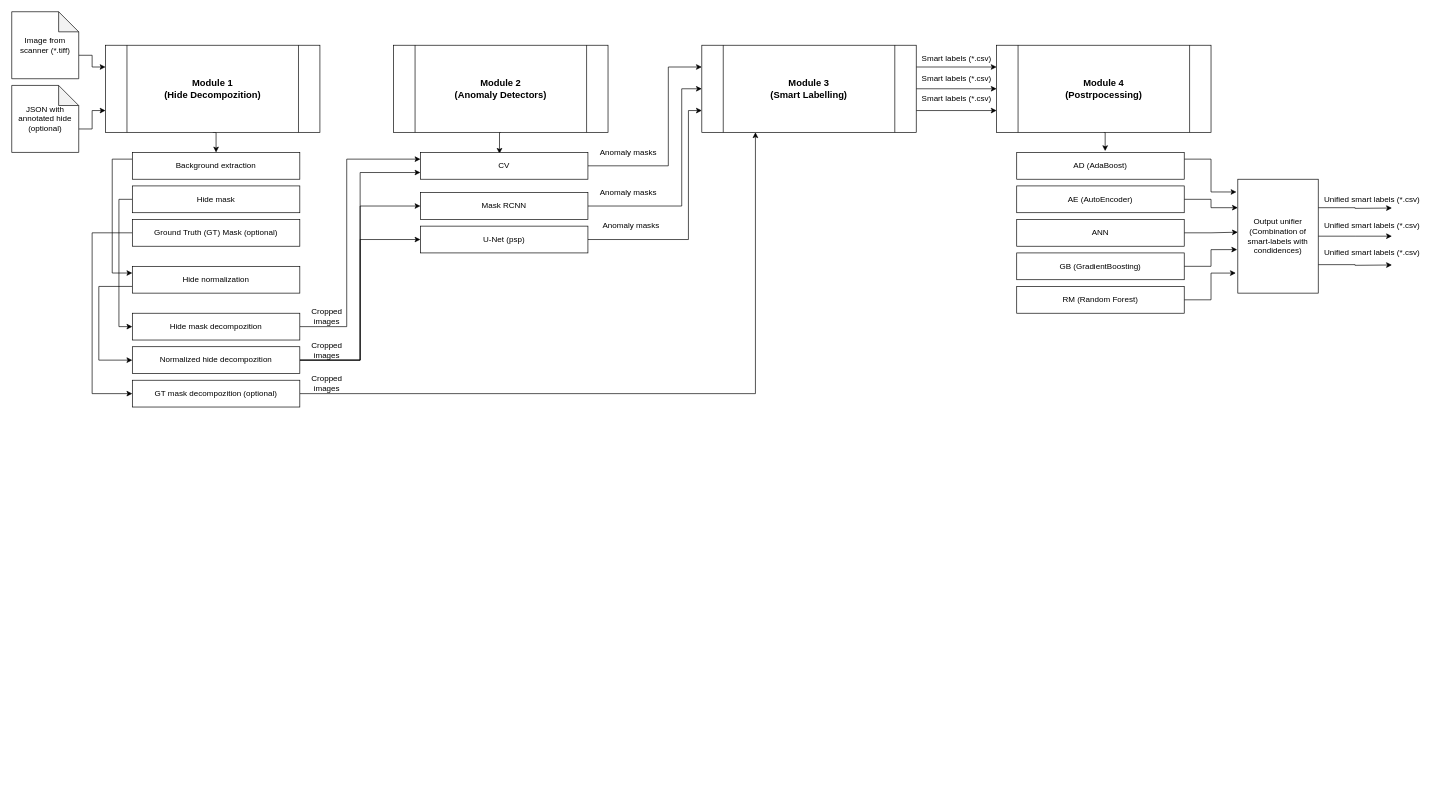
Above: new_pipeline.drawio in Mike335207/work (draw.io), before the change. Source tidied: cells renumbered, new cells numbered last; positions are measured from the earlier drawing's top-left corner, leaving out a move shared by most shapes. Both pictures are drawn from the tidied source at 67%, with x=0, y=0 at pixel (11, 11).
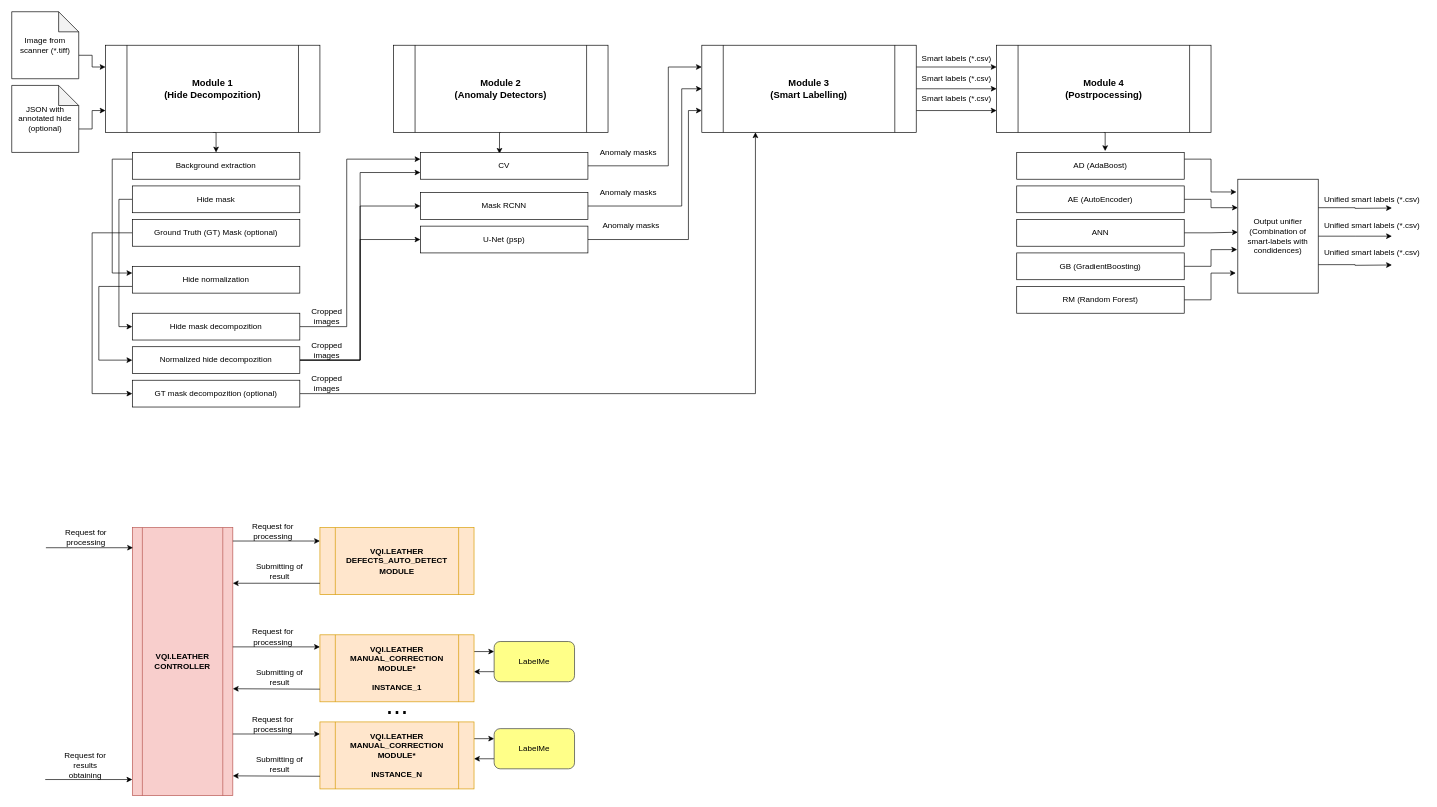
The same page after the edit.

Change to the diagram source:
```diff
@@
+    <mxCell id="64" value="&lt;b&gt;VQI.LEATHER CONTROLLER&lt;/b&gt;" style="shape=process;whiteSpace=wrap;html=1;backgroundOutline=1;fillColor=#f8cecc;strokeColor=#b85450;" parent="1" vertex="1">
+      <mxGeometry x="180" y="770" width="150" height="400" as="geometry" />
+    </mxCell>
+    <mxCell id="65" value="&lt;b&gt;VQI.LEATHER DEFECTS_AUTO_DETECT&lt;br&gt;MODULE&lt;br&gt;&lt;/b&gt;" style="shape=process;whiteSpace=wrap;html=1;backgroundOutline=1;fillColor=#ffe6cc;strokeColor=#d79b00;" parent="1" vertex="1">
+      <mxGeometry x="460" y="770" width="230" height="100" as="geometry" />
+    </mxCell>
+    <mxCell id="66" style="endArrow=classic;html=1;rounded=0;" parent="1" edge="1">
+      <mxGeometry relative="1" as="geometry">
+        <mxPoint x="330" y="790" as="sourcePoint" />
+        <mxPoint x="460" y="790" as="targetPoint" />
+      </mxGeometry>
+    </mxCell>
+    <mxCell id="67" value="Request for processing" style="text;html=1;strokeColor=none;fillColor=none;align=center;verticalAlign=middle;whiteSpace=wrap;rounded=0;" parent="1" vertex="1">
+      <mxGeometry x="350" y="760" width="80" height="30" as="geometry" />
+    </mxCell>
+    <mxCell id="68" style="endArrow=classic;html=1;rounded=0;exitX=0;exitY=0.831;exitDx=0;exitDy=0;exitPerimeter=0;" parent="1" edge="1" source="65">
+      <mxGeometry relative="1" as="geometry">
+        <mxPoint x="330" y="853" as="targetPoint" />
+      </mxGeometry>
+    </mxCell>
+    <mxCell id="69" value="Submitting of result" style="text;html=1;strokeColor=none;fillColor=none;align=center;verticalAlign=middle;whiteSpace=wrap;rounded=0;" parent="1" vertex="1">
+      <mxGeometry x="360" y="820" width="80" height="30" as="geometry" />
+    </mxCell>
+    <mxCell id="70" style="edgeStyle=orthogonalEdgeStyle;rounded=0;jettySize=auto;html=1;exitX=1;exitY=0.25;exitDx=0;exitDy=0;entryX=0;entryY=0.25;entryDx=0;entryDy=0;" parent="1" edge="1" source="71" target="77">
+      <mxGeometry relative="1" as="geometry" />
+    </mxCell>
+    <mxCell id="71" value="&lt;b&gt;VQI.LEATHER MANUAL_CORRECTION&lt;br&gt;MODULE*&lt;br&gt;&lt;br&gt;INSTANCE_1&lt;br&gt;&lt;/b&gt;" style="shape=process;whiteSpace=wrap;html=1;backgroundOutline=1;fillColor=#ffe6cc;strokeColor=#d79b00;" parent="1" vertex="1">
+      <mxGeometry x="460" y="930" width="230" height="100" as="geometry" />
+    </mxCell>
+    <mxCell id="72" style="endArrow=classic;html=1;rounded=0;" parent="1" edge="1">
+      <mxGeometry relative="1" as="geometry">
+        <mxPoint x="330" y="948" as="sourcePoint" />
+        <mxPoint x="460" y="948" as="targetPoint" />
+      </mxGeometry>
+    </mxCell>
+    <mxCell id="73" value="Request for processing" style="text;html=1;strokeColor=none;fillColor=none;align=center;verticalAlign=middle;whiteSpace=wrap;rounded=0;" parent="1" vertex="1">
+      <mxGeometry x="350" y="918" width="80" height="30" as="geometry" />
+    </mxCell>
+    <mxCell id="74" style="endArrow=classic;html=1;rounded=0;entryX=1;entryY=0.25;entryDx=0;entryDy=0;exitX=0;exitY=0.831;exitDx=0;exitDy=0;exitPerimeter=0;" parent="1" edge="1">
+      <mxGeometry relative="1" as="geometry">
+        <mxPoint x="460" y="1011.1" as="sourcePoint" />
+        <mxPoint x="330" y="1010.5" as="targetPoint" />
+      </mxGeometry>
+    </mxCell>
+    <mxCell id="75" value="Submitting of result" style="text;html=1;strokeColor=none;fillColor=none;align=center;verticalAlign=middle;whiteSpace=wrap;rounded=0;" parent="1" vertex="1">
+      <mxGeometry x="360" y="978" width="80" height="30" as="geometry" />
+    </mxCell>
+    <mxCell id="76" style="edgeStyle=orthogonalEdgeStyle;rounded=0;jettySize=auto;html=1;exitX=0;exitY=0.75;exitDx=0;exitDy=0;entryX=1;entryY=0.551;entryDx=0;entryDy=0;entryPerimeter=0;" parent="1" edge="1" source="77" target="71">
+      <mxGeometry relative="1" as="geometry" />
+    </mxCell>
+    <mxCell id="77" value="LabelMe" style="rounded=1;whiteSpace=wrap;html=1;fillColor=#ffff88;strokeColor=#36393d;" parent="1" vertex="1">
+      <mxGeometry x="720" y="940" width="120" height="60" as="geometry" />
+    </mxCell>
+    <mxCell id="78" style="endArrow=classic;html=1;rounded=0;" parent="1" edge="1">
+      <mxGeometry relative="1" as="geometry">
+        <mxPoint x="51" y="800" as="sourcePoint" />
+        <mxPoint x="181" y="800" as="targetPoint" />
+      </mxGeometry>
+    </mxCell>
+    <mxCell id="79" value="Request for processing" style="text;html=1;strokeColor=none;fillColor=none;align=center;verticalAlign=middle;whiteSpace=wrap;rounded=0;" parent="1" vertex="1">
+      <mxGeometry x="71" y="770" width="80" height="30" as="geometry" />
+    </mxCell>
+    <mxCell id="80" style="endArrow=classic;html=1;rounded=0;" parent="1" edge="1">
+      <mxGeometry relative="1" as="geometry">
+        <mxPoint x="50" y="1146" as="sourcePoint" />
+        <mxPoint x="180" y="1146" as="targetPoint" />
+      </mxGeometry>
+    </mxCell>
+    <mxCell id="81" value="Request for results obtaining" style="text;html=1;strokeColor=none;fillColor=none;align=center;verticalAlign=middle;whiteSpace=wrap;rounded=0;" parent="1" vertex="1">
+      <mxGeometry x="70" y="1110" width="80" height="30" as="geometry" />
+    </mxCell>
+    <mxCell id="82" style="edgeStyle=orthogonalEdgeStyle;rounded=0;jettySize=auto;html=1;exitX=1;exitY=0.25;exitDx=0;exitDy=0;entryX=0;entryY=0.25;entryDx=0;entryDy=0;" parent="1" edge="1" source="83" target="89">
+      <mxGeometry relative="1" as="geometry" />
+    </mxCell>
+    <mxCell id="83" value="&lt;b&gt;VQI.LEATHER MANUAL_CORRECTION&lt;br&gt;MODULE*&lt;br&gt;&lt;br&gt;&lt;/b&gt;&lt;b&gt;INSTANCE_N&lt;/b&gt;&lt;b&gt;&lt;br&gt;&lt;/b&gt;" style="shape=process;whiteSpace=wrap;html=1;backgroundOutline=1;fillColor=#ffe6cc;strokeColor=#d79b00;" parent="1" vertex="1">
+      <mxGeometry x="460" y="1060" width="230" height="100" as="geometry" />
+    </mxCell>
+    <mxCell id="84" style="endArrow=classic;html=1;rounded=0;" parent="1" edge="1">
+      <mxGeometry relative="1" as="geometry">
+        <mxPoint x="330" y="1078" as="sourcePoint" />
+        <mxPoint x="460" y="1078" as="targetPoint" />
+      </mxGeometry>
+    </mxCell>
+    <mxCell id="85" value="Request for processing" style="text;html=1;strokeColor=none;fillColor=none;align=center;verticalAlign=middle;whiteSpace=wrap;rounded=0;" parent="1" vertex="1">
+      <mxGeometry x="350" y="1048" width="80" height="30" as="geometry" />
+    </mxCell>
+    <mxCell id="86" style="endArrow=classic;html=1;rounded=0;entryX=1;entryY=0.25;entryDx=0;entryDy=0;exitX=0;exitY=0.831;exitDx=0;exitDy=0;exitPerimeter=0;" parent="1" edge="1">
+      <mxGeometry relative="1" as="geometry">
+        <mxPoint x="460" y="1141.1" as="sourcePoint" />
+        <mxPoint x="330" y="1140.5" as="targetPoint" />
+      </mxGeometry>
+    </mxCell>
+    <mxCell id="87" value="Submitting of result" style="text;html=1;strokeColor=none;fillColor=none;align=center;verticalAlign=middle;whiteSpace=wrap;rounded=0;" parent="1" vertex="1">
+      <mxGeometry x="360" y="1108" width="80" height="30" as="geometry" />
+    </mxCell>
+    <mxCell id="88" style="edgeStyle=orthogonalEdgeStyle;rounded=0;jettySize=auto;html=1;exitX=0;exitY=0.75;exitDx=0;exitDy=0;entryX=1;entryY=0.551;entryDx=0;entryDy=0;entryPerimeter=0;" parent="1" edge="1" source="89" target="83">
+      <mxGeometry relative="1" as="geometry" />
+    </mxCell>
+    <mxCell id="89" value="LabelMe" style="rounded=1;whiteSpace=wrap;html=1;fillColor=#ffff88;strokeColor=#36393d;" parent="1" vertex="1">
+      <mxGeometry x="720" y="1070" width="120" height="60" as="geometry" />
+    </mxCell>
+    <mxCell id="90" value="..." style="text;html=1;align=center;verticalAlign=middle;strokeColor=none;fillColor=none;fontSize=40;" parent="1" vertex="1">
+      <mxGeometry x="550" y="1008" width="50" height="50" as="geometry" />
+    </mxCell>
```
